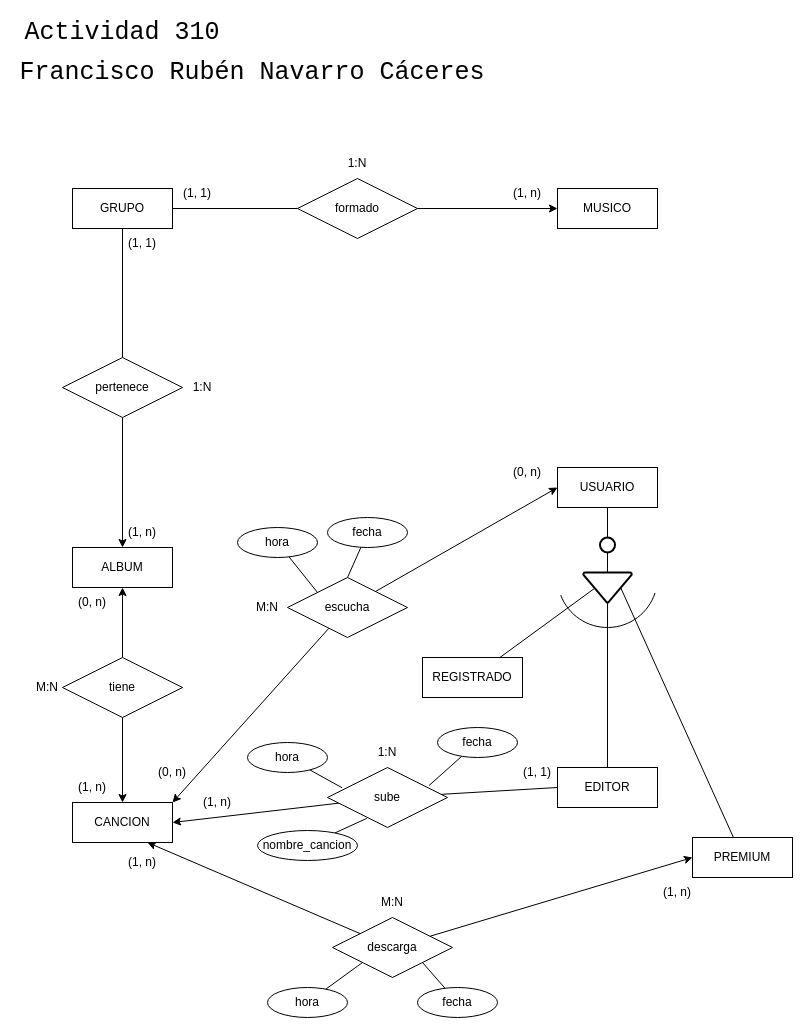
fnavcac/base-datos-2627 keeps this draw.io diagram as tema-03/04-actividades/diagrama_310_07_fnavcac.drawio. Above is the earlier version. Source tidied: cells renumbered, new cells numbered last; positions are measured from the earlier drawing's top-left corner, leaving out a move shared by most shapes. Both pictures are drawn from the tidied source at 100%, with x=0, y=0 at pixel (17, 17).
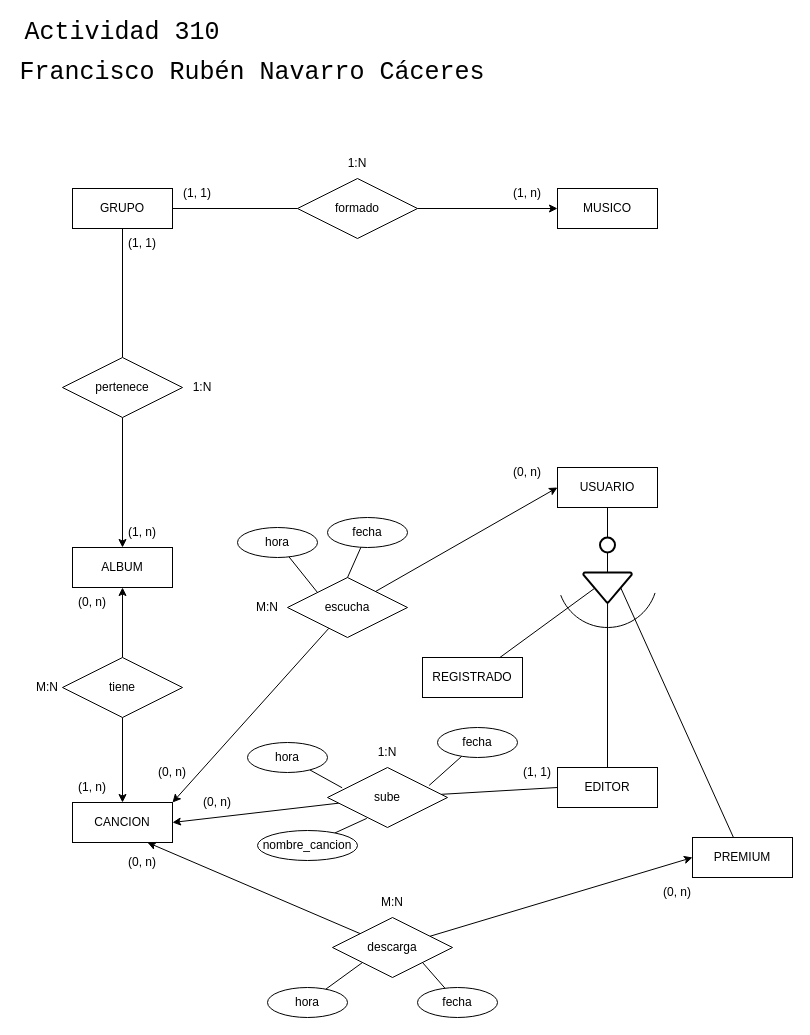
Above is the later version.

The edit, as a diff of the source:
```diff
@@
-    <mxCell id="58" value="(1, n)" style="text;html=1;whiteSpace=wrap;strokeColor=none;fillColor=none;align=center;verticalAlign=middle;rounded=0;" parent="1" vertex="1">
+    <mxCell id="58" value="(0, n)" style="text;html=1;whiteSpace=wrap;strokeColor=none;fillColor=none;align=center;verticalAlign=middle;rounded=0;" parent="1" vertex="1">
       <mxGeometry x="170" y="770" width="60" height="30" as="geometry" />
     </mxCell>
@@
-    <mxCell id="67" value="(1, n)" style="text;html=1;whiteSpace=wrap;strokeColor=none;fillColor=none;align=center;verticalAlign=middle;rounded=0;" parent="1" vertex="1">
+    <mxCell id="67" value="(0, n)" style="text;html=1;whiteSpace=wrap;strokeColor=none;fillColor=none;align=center;verticalAlign=middle;rounded=0;" parent="1" vertex="1">
       <mxGeometry x="630" y="860" width="60" height="30" as="geometry" />
     </mxCell>
-    <mxCell id="68" value="(1, n)" style="text;html=1;whiteSpace=wrap;strokeColor=none;fillColor=none;align=center;verticalAlign=middle;rounded=0;" parent="1" vertex="1">
+    <mxCell id="68" value="(0, n)" style="text;html=1;whiteSpace=wrap;strokeColor=none;fillColor=none;align=center;verticalAlign=middle;rounded=0;" parent="1" vertex="1">
       <mxGeometry x="95" y="830" width="60" height="30" as="geometry" />
     </mxCell>
```
